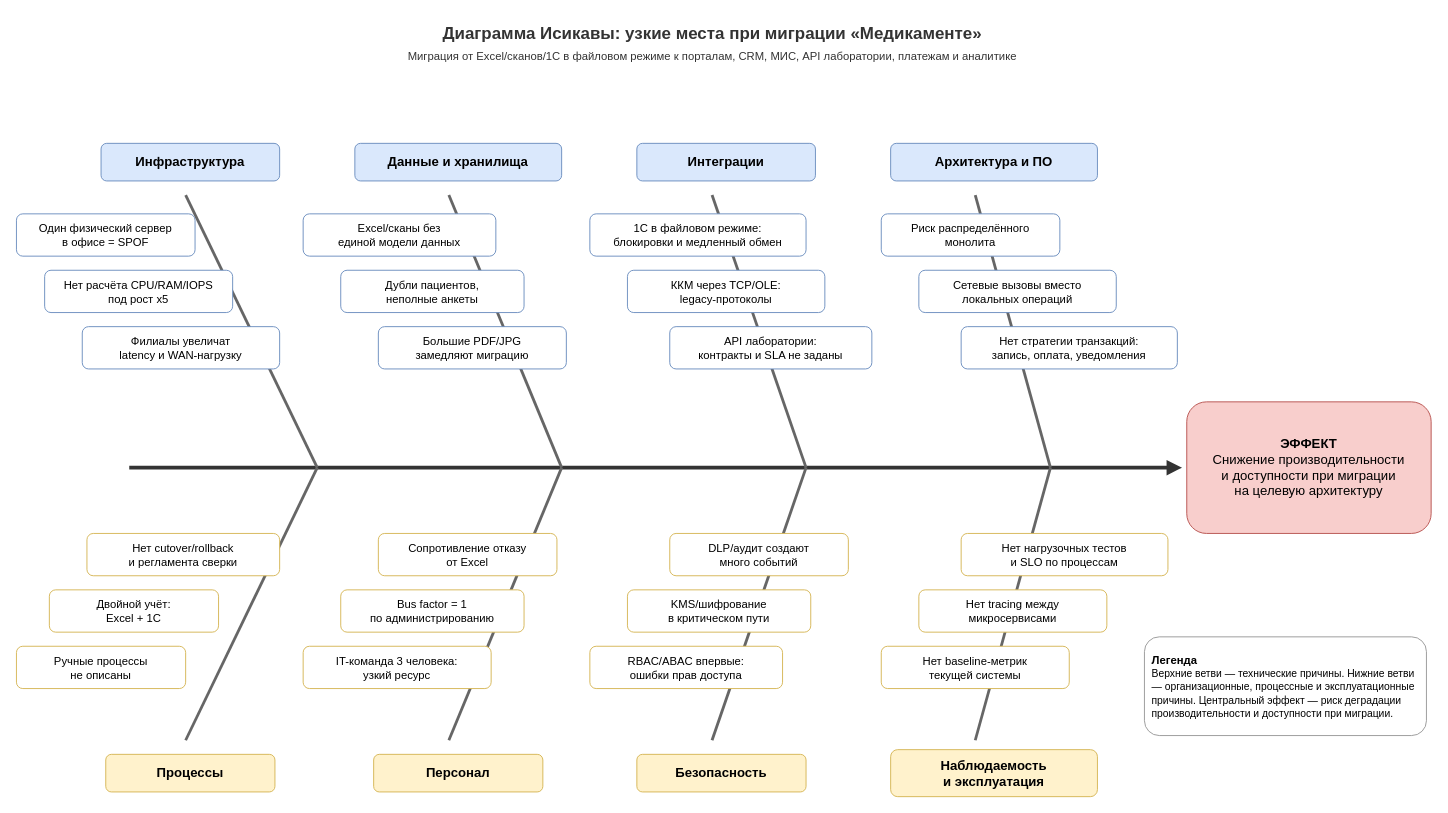
This is Task4/ishikawa-migration-bottlenecks.drawio from AlexDmitriev/architecture-medikamente, a draw.io file, before an edit. Source tidied: cells renumbered, new cells numbered last; positions are measured from the earlier drawing's top-left corner, leaving out a move shared by most shapes. Both pictures are drawn from the tidied source at 94%, with x=0, y=0 at pixel (16, 16).
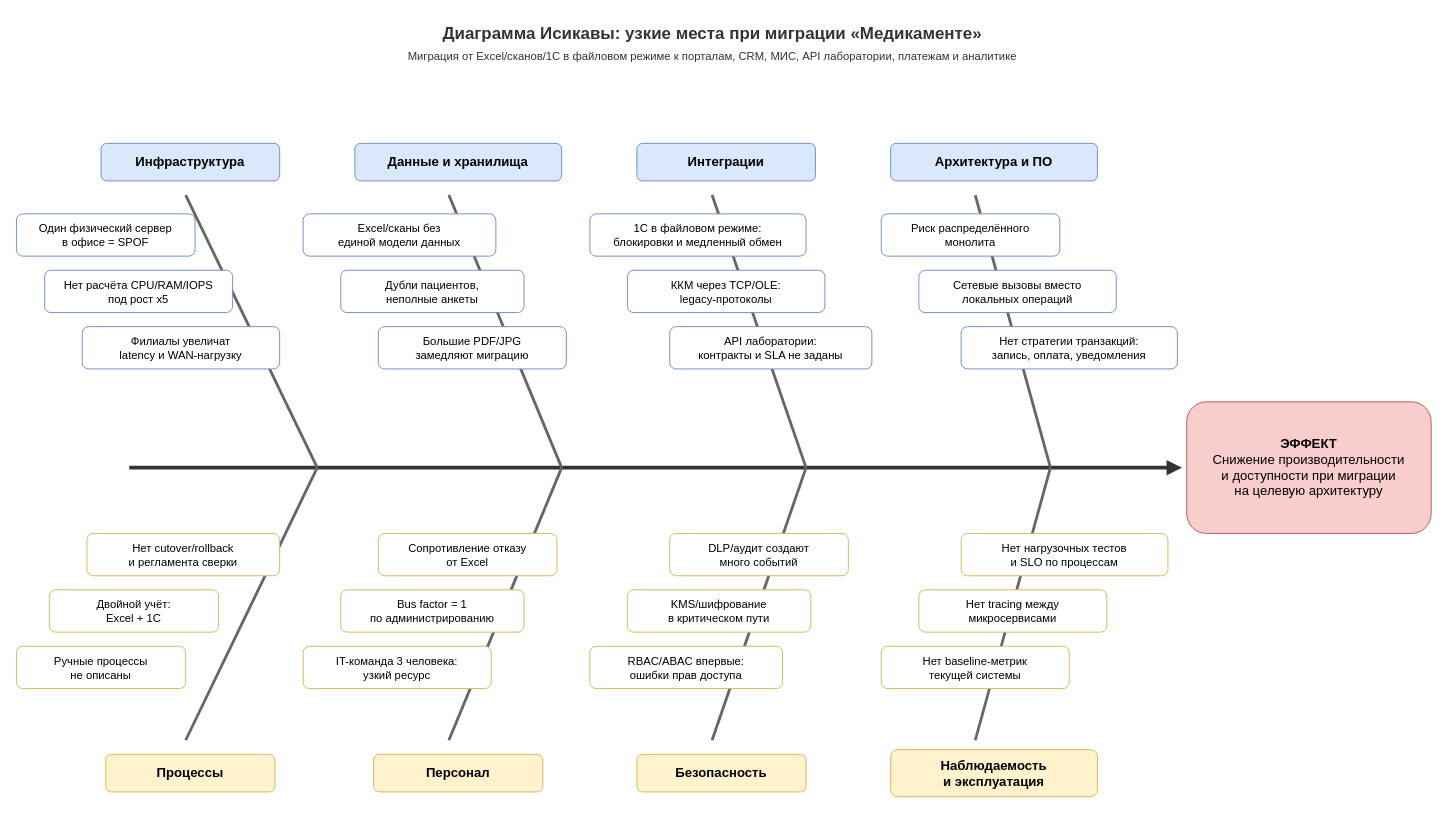
Above is the later version.

What changed in the source:
```diff
@@
-    <mxCell id="45" value="&lt;b&gt;Легенда&lt;/b&gt;&lt;br&gt;&lt;font style=&quot;font-size:11px&quot;&gt;Верхние ветви — технические причины. Нижние ветви — организационные, процессные и эксплуатационные причины. Центральный эффект — риск деградации производительности и доступности при миграции.&lt;/font&gt;" style="rounded=1;whiteSpace=wrap;html=1;fillColor=#ffffff;strokeColor=#999999;fontSize=12;align=left;verticalAlign=middle;spacing=8;" parent="1" vertex="1">
-      <mxGeometry x="1200" y="660" width="300" height="105" as="geometry" />
-    </mxCell>
```
